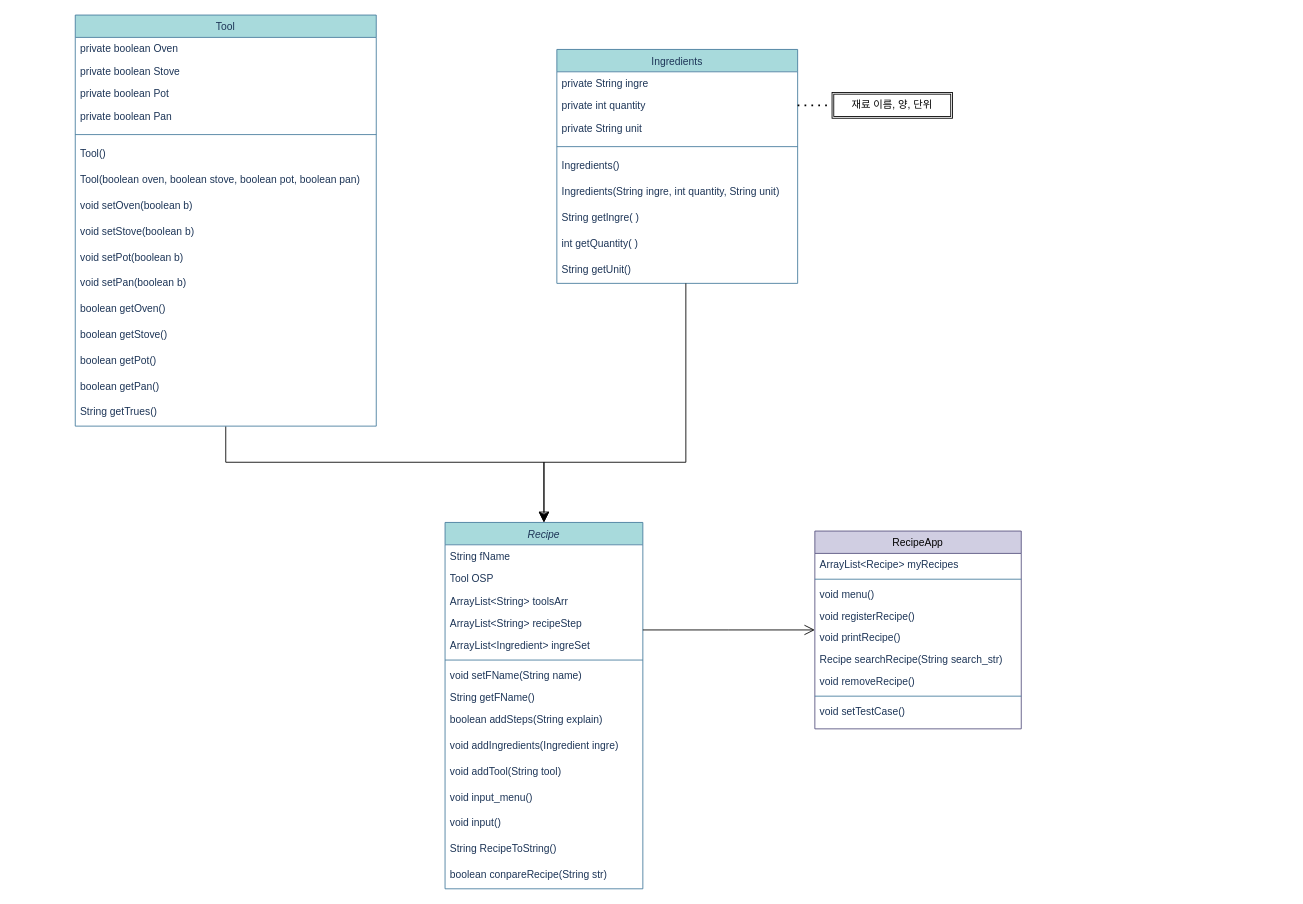
The draw.io diagram Recipe_Project_Diagram_CLI.drawio in James0083/Project_Diagram, before the edit. Source tidied: cells renumbered, new cells numbered last; positions are measured from the earlier drawing's top-left corner, leaving out a move shared by most shapes. Both pictures are drawn from the tidied source at 86%, with x=0, y=0 at pixel (75, 15).
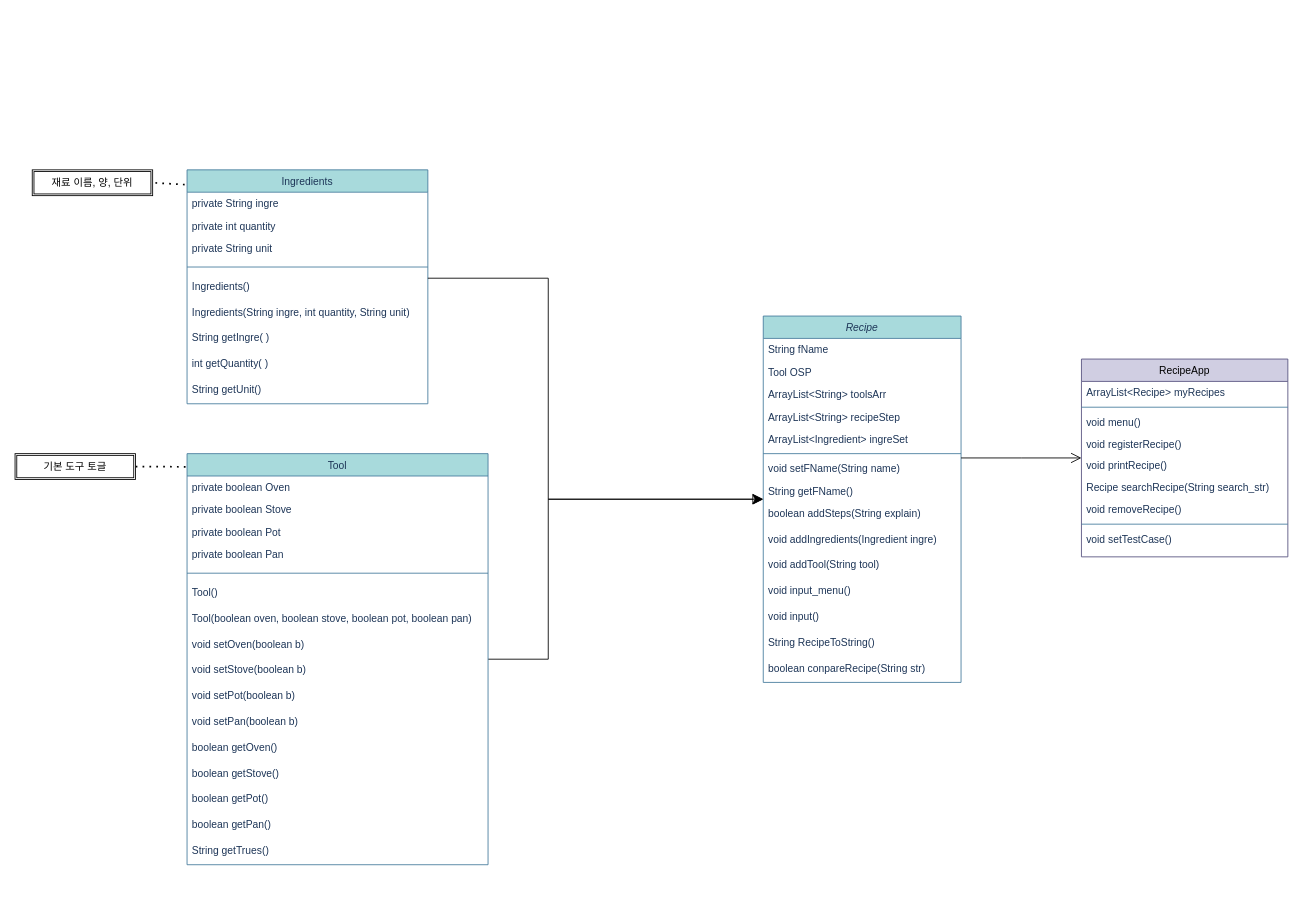
The same page after the edit.

The change refers to these unchanged cells:
```xml
<mxCell id="20" value="private int quantity" style="text;align=left;verticalAlign=top;spacingLeft=4;spacingRight=4;overflow=hidden;points=[[0,0.5],[1,0.5]];portConstraint=eastwest;labelBackgroundColor=none;fontColor=#1D3557;" parent="18" vertex="1">
  <mxGeometry y="52" width="280" height="26" as="geometry" />
</mxCell>
```

The edit, as a diff of the source:
```diff
@@
     <mxCell id="2" value="Recipe" style="swimlane;fontStyle=2;align=center;verticalAlign=top;horizontal=1;startSize=26;rounded=0;shadow=0;strokeWidth=1;labelBackgroundColor=none;fillColor=#A8DADC;strokeColor=#457B9D;fontColor=#1D3557;swimlaneFillColor=default;" parent="1" vertex="1">
-      <mxGeometry x="430" y="590" width="230" height="426" as="geometry" />
+      <mxGeometry x="800" y="350" width="230" height="426" as="geometry" />
     </mxCell>
@@
     <mxCell id="18" value="Ingredients" style="swimlane;fontStyle=0;align=center;verticalAlign=top;horizontal=1;startSize=26;rounded=0;shadow=0;strokeWidth=1;labelBackgroundColor=none;fillColor=#A8DADC;strokeColor=#457B9D;fontColor=#1D3557;swimlaneFillColor=default;" parent="1" vertex="1">
-      <mxGeometry x="560" y="40" width="280" height="272" as="geometry" />
+      <mxGeometry x="130" y="180" width="280" height="272" as="geometry" />
     </mxCell>
@@
-    <mxCell id="28" style="endArrow=block;endSize=10;endFill=0;shadow=0;strokeWidth=1;rounded=0;edgeStyle=elbowEdgeStyle;elbow=vertical;labelBackgroundColor=none;strokeColor=#000000;fontColor=default;entryX=0.5;entryY=0;entryDx=0;entryDy=0;" parent="1" edge="1" source="18" target="2">
+    <mxCell id="28" style="endArrow=block;endSize=10;endFill=0;shadow=0;strokeWidth=1;rounded=0;edgeStyle=orthogonalEdgeStyle;labelBackgroundColor=none;strokeColor=#000000;fontColor=default;" parent="1" edge="1" source="18" target="2">
       <mxGeometry relative="1" as="geometry">
         <Array as="points">
-          <mxPoint x="710" y="520" />
+          <mxPoint x="550" y="306" />
+          <mxPoint x="550" y="563" />
         </Array>
       </mxGeometry>
     </mxCell>
     <mxCell id="29" value="RecipeApp" style="swimlane;fontStyle=0;align=center;verticalAlign=top;horizontal=1;startSize=26;rounded=0;shadow=0;strokeWidth=1;labelBackgroundColor=none;fillColor=#d0cee2;strokeColor=#56517e;swimlaneFillColor=default;" parent="1" vertex="1">
-      <mxGeometry x="860" y="600" width="240" height="230" as="geometry" />
+      <mxGeometry x="1170" y="400" width="240" height="230" as="geometry" />
     </mxCell>
@@
-    <mxCell id="40" style="endArrow=none;dashed=1;html=1;dashPattern=1 3;strokeWidth=2;rounded=0;exitX=1;exitY=0.5;exitDx=0;exitDy=0;entryX=0;entryY=0.5;entryDx=0;entryDy=0;" parent="1" edge="1" source="20" target="41">
+    <mxCell id="40" style="endArrow=none;dashed=1;html=1;dashPattern=1 3;strokeWidth=2;rounded=0;exitX=-0.01;exitY=0.063;exitDx=0;exitDy=0;entryX=1;entryY=0.5;entryDx=0;entryDy=0;exitPerimeter=0;" parent="1" edge="1" source="18" target="41">
       <mxGeometry relative="1" as="geometry" />
     </mxCell>
     <mxCell id="41" value="재료 이름, 양, 단위" style="shape=ext;double=1;rounded=0;whiteSpace=wrap;html=1;" parent="1" vertex="1">
-      <mxGeometry x="880" y="90" width="140" height="30" as="geometry" />
+      <mxGeometry x="-50" y="180" width="140" height="30" as="geometry" />
     </mxCell>
     <mxCell id="42" style="edgeStyle=orthogonalEdgeStyle;rounded=0;jettySize=auto;html=1;endSize=10;" parent="1" edge="1" source="43" target="2">
       <mxGeometry relative="1" as="geometry">
         <Array as="points">
-          <mxPoint x="175" y="520" />
-          <mxPoint x="545" y="520" />
+          <mxPoint x="550" y="749" />
+          <mxPoint x="550" y="563" />
         </Array>
       </mxGeometry>
     </mxCell>
     <mxCell id="43" value="Tool" style="swimlane;fontStyle=0;align=center;verticalAlign=top;horizontal=1;startSize=26;rounded=0;shadow=0;strokeWidth=1;labelBackgroundColor=none;fillColor=#A8DADC;strokeColor=#457B9D;fontColor=#1D3557;swimlaneFillColor=default;gradientColor=none;" parent="1" vertex="1">
-      <mxGeometry width="350" height="478" as="geometry" />
+      <mxGeometry x="130" y="510" width="350" height="478" as="geometry" />
     </mxCell>
@@
+    <mxCell id="60" style="endArrow=none;dashed=1;html=1;dashPattern=1 3;strokeWidth=2;rounded=0;entryX=1;entryY=0.5;entryDx=0;entryDy=0;exitX=-0.005;exitY=0.032;exitDx=0;exitDy=0;exitPerimeter=0;" parent="1" edge="1" source="43" target="61">
+      <mxGeometry relative="1" as="geometry" />
+    </mxCell>
+    <mxCell id="61" value="기본 도구 토글" style="shape=ext;double=1;rounded=0;whiteSpace=wrap;html=1;" parent="1" vertex="1">
+      <mxGeometry x="-70" y="510" width="140" height="30" as="geometry" />
+    </mxCell>
```
